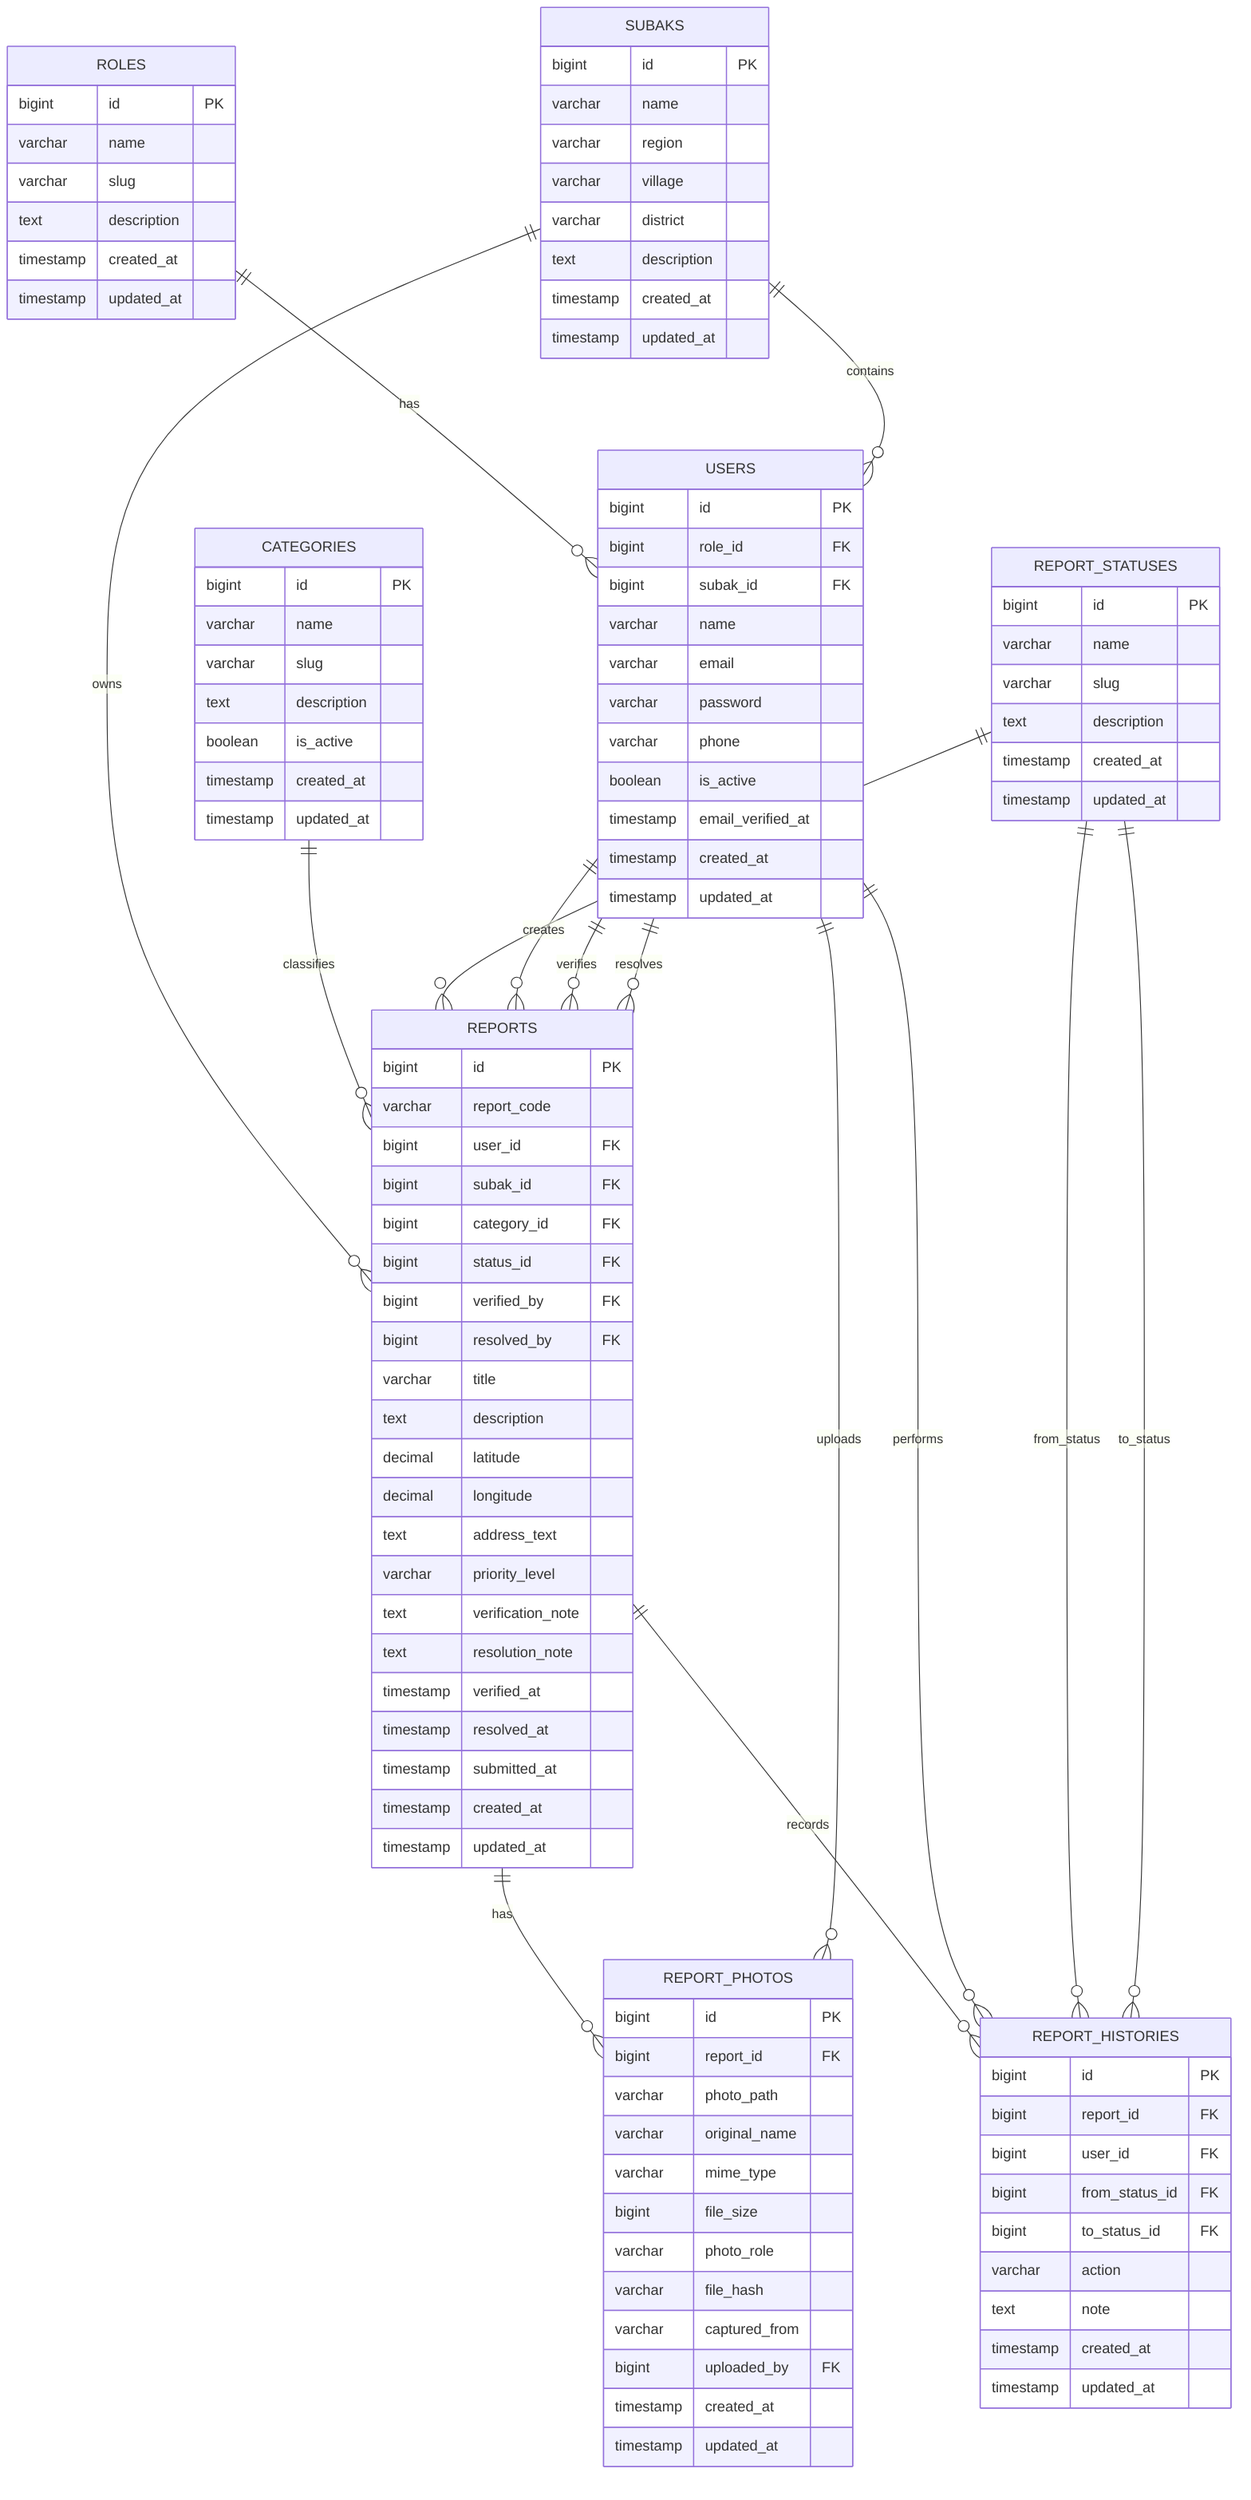
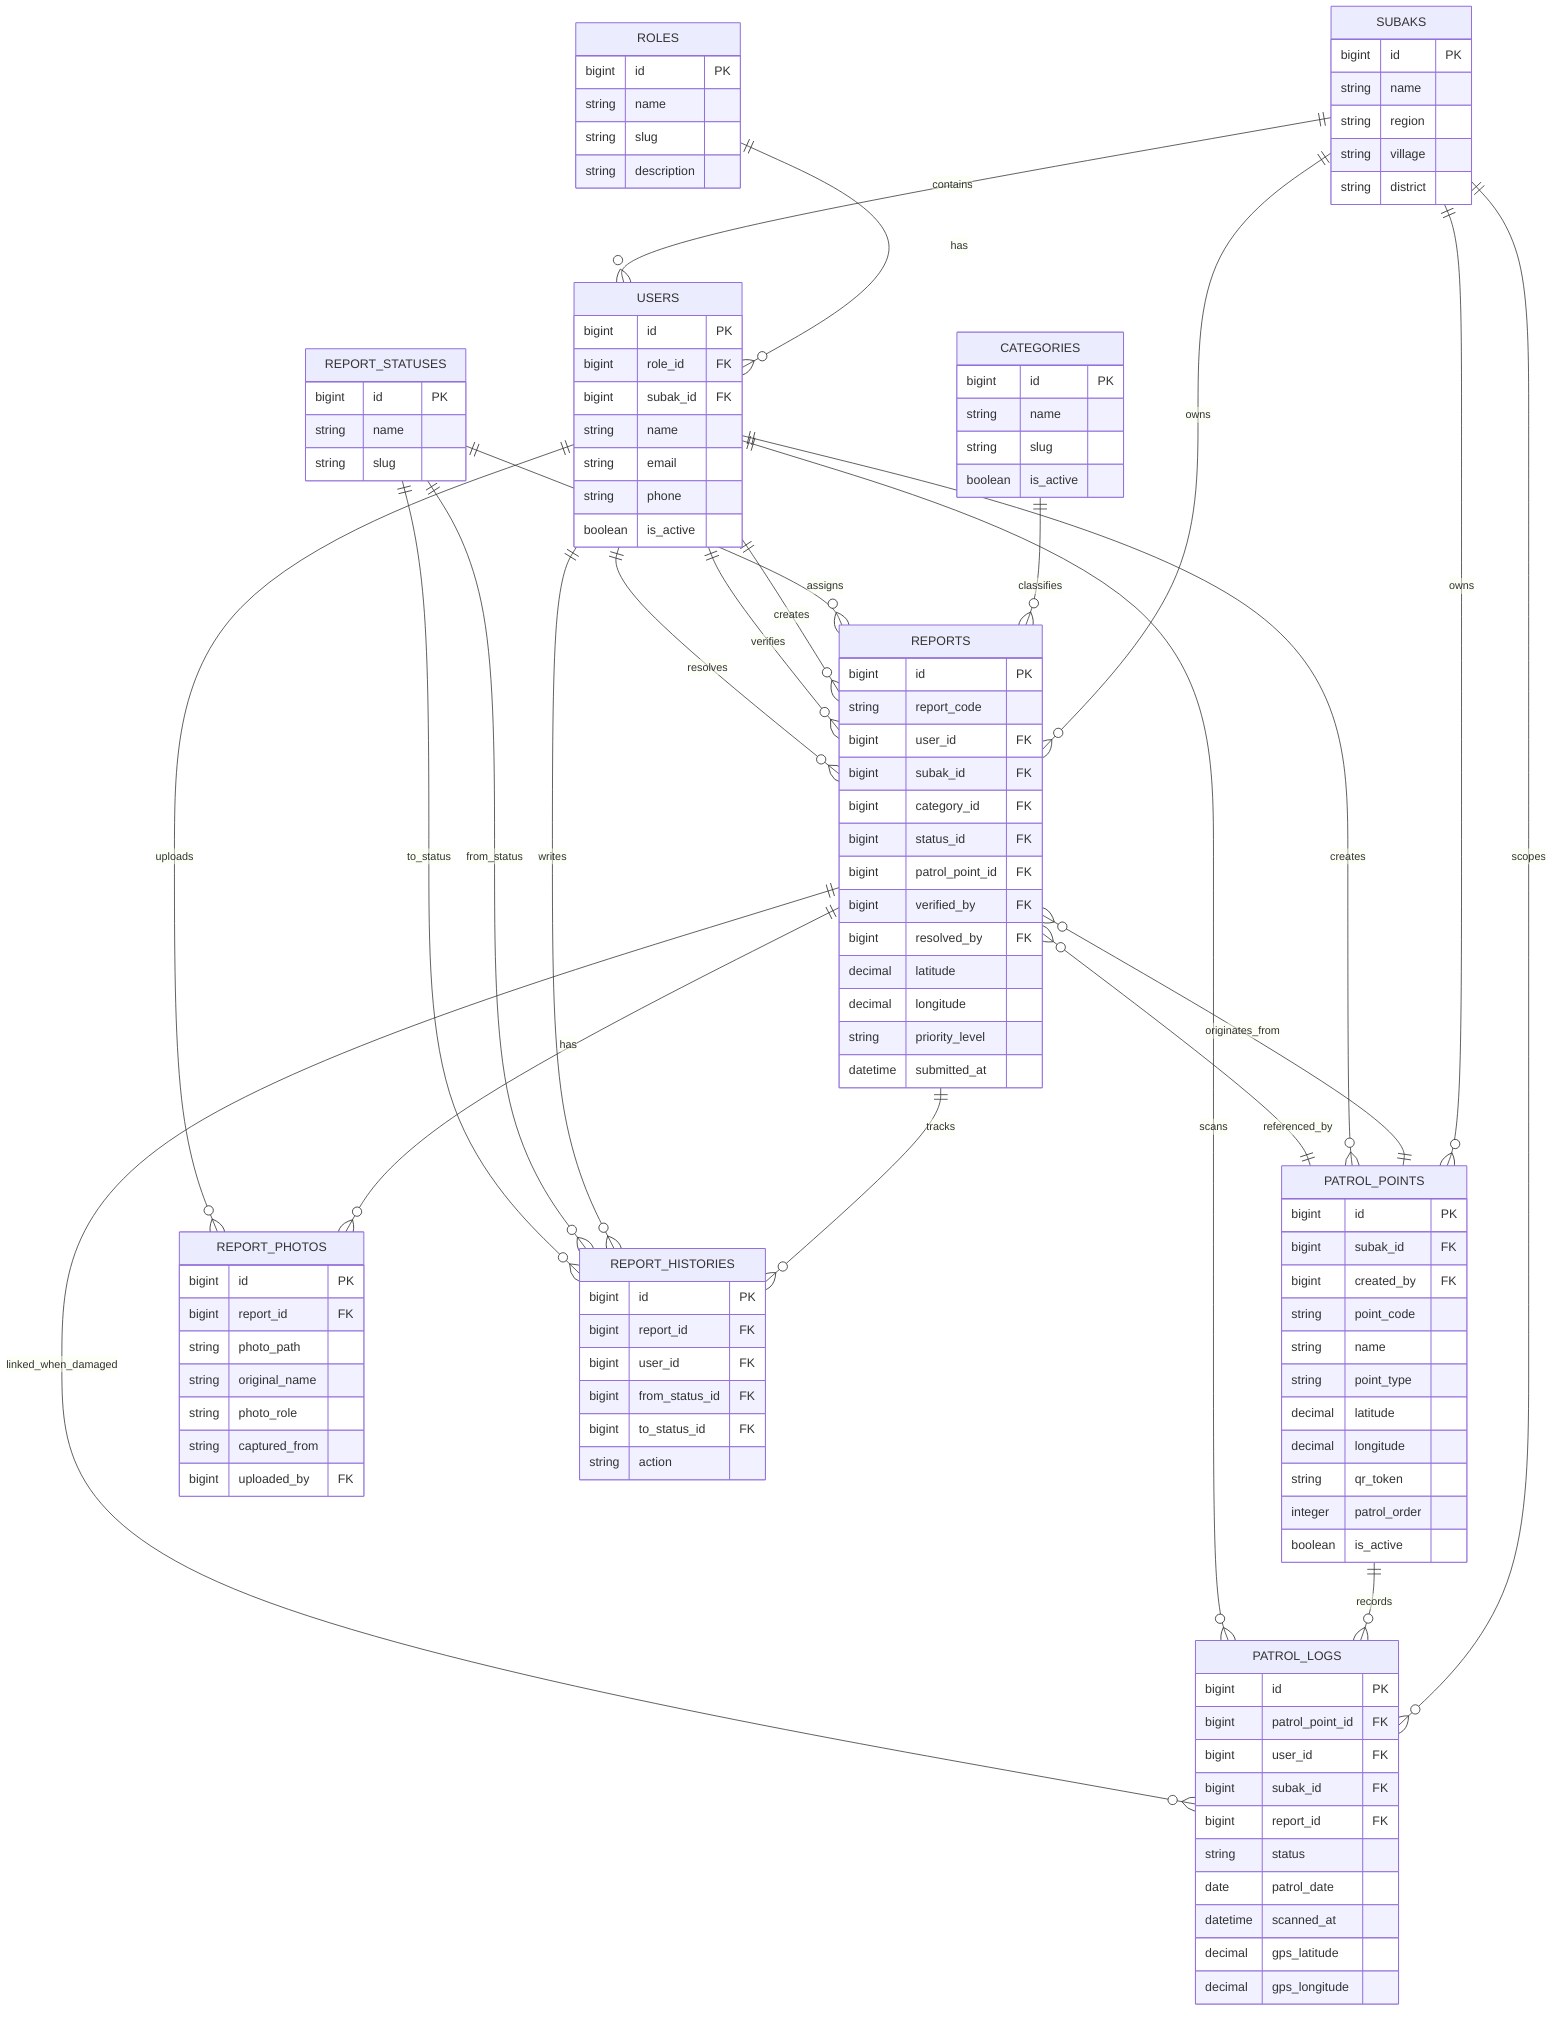
erDiagram
+     ROLES ||--o{ USERS : has
+     SUBAKS ||--o{ USERS : contains
+     SUBAKS ||--o{ REPORTS : owns
+     SUBAKS ||--o{ PATROL_POINTS : owns
+     SUBAKS ||--o{ PATROL_LOGS : scopes
+     CATEGORIES ||--o{ REPORTS : classifies
+     REPORT_STATUSES ||--o{ REPORTS : assigns
+     USERS ||--o{ REPORTS : creates
+     USERS ||--o{ REPORTS : verifies
+     USERS ||--o{ REPORTS : resolves
+     REPORTS ||--o{ REPORT_PHOTOS : has
+     REPORTS ||--o{ REPORT_HISTORIES : tracks
+     REPORTS }o--|| PATROL_POINTS : originates_from
+     PATROL_POINTS ||--o{ PATROL_LOGS : records
+     PATROL_POINTS ||--o{ REPORTS : referenced_by
+     USERS ||--o{ PATROL_POINTS : creates
+     USERS ||--o{ PATROL_LOGS : scans
+     USERS ||--o{ REPORT_PHOTOS : uploads
+     USERS ||--o{ REPORT_HISTORIES : writes
+     REPORT_STATUSES ||--o{ REPORT_HISTORIES : from_status
+     REPORT_STATUSES ||--o{ REPORT_HISTORIES : to_status
+     REPORTS ||--o{ PATROL_LOGS : linked_when_damaged
+ 
    ROLES {
        bigint id PK
-         varchar name
-         varchar slug
-         text description
-         timestamp created_at
-         timestamp updated_at
-     }
- 
-     SUBAKS {
-         bigint id PK
-         varchar name
-         varchar region
-         varchar village
-         varchar district
-         text description
-         timestamp created_at
-         timestamp updated_at
+         string name
+         string slug
+         string description
    }

    USERS {
        bigint id PK
        bigint role_id FK
        bigint subak_id FK
-         varchar name
-         varchar email
-         varchar password
-         varchar phone
+         string name
+         string email
+         string phone
        boolean is_active
-         timestamp email_verified_at
-         timestamp created_at
-         timestamp updated_at
+     }
+ 
+     SUBAKS {
+         bigint id PK
+         string name
+         string region
+         string village
+         string district
    }

    CATEGORIES {
        bigint id PK
-         varchar name
-         varchar slug
-         text description
+         string name
+         string slug
        boolean is_active
-         timestamp created_at
-         timestamp updated_at
    }

    REPORT_STATUSES {
        bigint id PK
-         varchar name
-         varchar slug
-         text description
-         timestamp created_at
-         timestamp updated_at
+         string name
+         string slug
    }

    REPORTS {
        bigint id PK
-         varchar report_code
+         string report_code
        bigint user_id FK
        bigint subak_id FK
        bigint category_id FK
        bigint status_id FK
+         bigint patrol_point_id FK
        bigint verified_by FK
        bigint resolved_by FK
-         varchar title
-         text description
        decimal latitude
        decimal longitude
-         text address_text
-         varchar priority_level
-         text verification_note
-         text resolution_note
-         timestamp verified_at
-         timestamp resolved_at
-         timestamp submitted_at
-         timestamp created_at
-         timestamp updated_at
+         string priority_level
+         datetime submitted_at
    }

    REPORT_PHOTOS {
        bigint id PK
        bigint report_id FK
-         varchar photo_path
-         varchar original_name
-         varchar mime_type
-         bigint file_size
-         varchar photo_role
-         varchar file_hash
-         varchar captured_from
+         string photo_path
+         string original_name
+         string photo_role
+         string captured_from
        bigint uploaded_by FK
-         timestamp created_at
-         timestamp updated_at
    }

    REPORT_HISTORIES {
        bigint id PK
        bigint report_id FK
        bigint user_id FK
        bigint from_status_id FK
        bigint to_status_id FK
-         varchar action
-         text note
-         timestamp created_at
-         timestamp updated_at
+         string action
    }

-     ROLES ||--o{ USERS : has
-     SUBAKS ||--o{ USERS : contains
-     SUBAKS ||--o{ REPORTS : owns
-     CATEGORIES ||--o{ REPORTS : classifies
-     REPORT_STATUSES ||--o{ REPORTS : current_status
-     USERS ||--o{ REPORTS : creates
-     USERS ||--o{ REPORTS : verifies
-     USERS ||--o{ REPORTS : resolves
-     REPORTS ||--o{ REPORT_PHOTOS : has
-     USERS ||--o{ REPORT_PHOTOS : uploads
-     REPORTS ||--o{ REPORT_HISTORIES : records
-     USERS ||--o{ REPORT_HISTORIES : performs
-     REPORT_STATUSES ||--o{ REPORT_HISTORIES : from_status
-     REPORT_STATUSES ||--o{ REPORT_HISTORIES : to_status
+     PATROL_POINTS {
+         bigint id PK
+         bigint subak_id FK
+         bigint created_by FK
+         string point_code
+         string name
+         string point_type
+         decimal latitude
+         decimal longitude
+         string qr_token
+         integer patrol_order
+         boolean is_active
+     }
+ 
+     PATROL_LOGS {
+         bigint id PK
+         bigint patrol_point_id FK
+         bigint user_id FK
+         bigint subak_id FK
+         bigint report_id FK
+         string status
+         date patrol_date
+         datetime scanned_at
+         decimal gps_latitude
+         decimal gps_longitude
+     }
